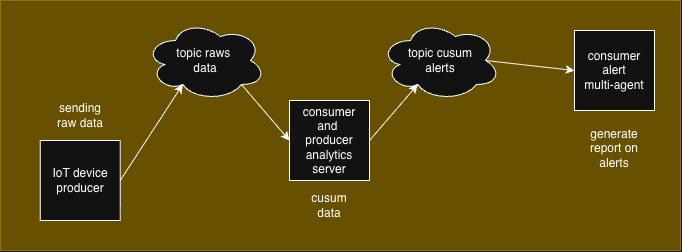
Earlier version of the draw.io export cusum-agent/img/cusum-agent-system.png (giobbu/CUSUM). Source tidied: cells renumbered, new cells last; positions are measured from the earlier drawing's top-left corner, leaving out a move shared by most shapes. Source of this version:
```xml
<mxGraphModel>
  <root>
    <mxCell id="0" />
    <mxCell id="1" parent="0" />
    <mxCell id="2" style="rounded=0;whiteSpace=wrap;html=1;fillColor=#e3c800;fontColor=#000000;strokeColor=#B09500;" parent="1" vertex="1">
      <mxGeometry width="680" height="250" as="geometry" />
    </mxCell>
    <mxCell id="3" value="IoT device&lt;div&gt;producer&lt;/div&gt;" style="whiteSpace=wrap;html=1;" parent="1" vertex="1">
      <mxGeometry x="39.8" y="140" width="80" height="80" as="geometry" />
    </mxCell>
    <mxCell id="4" value="consumer&lt;div&gt;and&amp;nbsp;&lt;/div&gt;&lt;div&gt;producer&lt;/div&gt;&lt;div&gt;analytics&lt;/div&gt;&lt;div&gt;server&lt;/div&gt;" style="whiteSpace=wrap;html=1;" parent="1" vertex="1">
      <mxGeometry x="289" y="100" width="80" height="80" as="geometry" />
    </mxCell>
    <mxCell id="5" value="consumer&lt;div&gt;alert&lt;br&gt;&lt;/div&gt;&lt;div&gt;multi-agent&lt;/div&gt;" style="whiteSpace=wrap;html=1;" parent="1" vertex="1">
      <mxGeometry x="574" y="30" width="80" height="80" as="geometry" />
    </mxCell>
    <mxCell id="6" value="sending raw data" style="text;html=1;whiteSpace=wrap;strokeColor=none;fillColor=none;align=center;verticalAlign=middle;rounded=0;" parent="1" vertex="1">
      <mxGeometry x="49.8" y="100" width="60" height="30" as="geometry" />
    </mxCell>
    <mxCell id="7" value="cusum data" style="text;html=1;whiteSpace=wrap;strokeColor=none;fillColor=none;align=center;verticalAlign=middle;rounded=0;" parent="1" vertex="1">
      <mxGeometry x="299" y="190" width="60" height="30" as="geometry" />
    </mxCell>
    <mxCell id="8" value="generate report on alerts&lt;div&gt;&lt;br&gt;&lt;/div&gt;" style="text;html=1;whiteSpace=wrap;strokeColor=none;fillColor=none;align=center;verticalAlign=middle;rounded=0;" parent="1" vertex="1">
      <mxGeometry x="584" y="140" width="60" height="30" as="geometry" />
    </mxCell>
    <mxCell id="9" style="endArrow=classic;html=1;rounded=0;exitX=1;exitY=0.5;exitDx=0;exitDy=0;entryX=0.31;entryY=0.8;entryDx=0;entryDy=0;entryPerimeter=0;" parent="1" edge="1" source="3" target="11">
      <mxGeometry relative="1" as="geometry" />
    </mxCell>
    <mxCell id="10" style="endArrow=classic;html=1;rounded=0;exitX=1;exitY=0.5;exitDx=0;exitDy=0;entryX=0.31;entryY=0.8;entryDx=0;entryDy=0;entryPerimeter=0;" parent="1" edge="1" source="4" target="13">
      <mxGeometry relative="1" as="geometry" />
    </mxCell>
    <mxCell id="11" value="topic raws&amp;nbsp;&lt;div&gt;data&lt;/div&gt;" style="ellipse;shape=cloud;whiteSpace=wrap;html=1;" parent="1" vertex="1">
      <mxGeometry x="145" y="20" width="120" height="80" as="geometry" />
    </mxCell>
    <mxCell id="12" style="endArrow=classic;html=1;rounded=0;exitX=0.8;exitY=0.8;exitDx=0;exitDy=0;exitPerimeter=0;entryX=0;entryY=0.5;entryDx=0;entryDy=0;" parent="1" edge="1" source="11" target="4">
      <mxGeometry relative="1" as="geometry" />
    </mxCell>
    <mxCell id="13" value="topic cusum&lt;div&gt;alerts&lt;/div&gt;" style="ellipse;shape=cloud;whiteSpace=wrap;html=1;" parent="1" vertex="1">
      <mxGeometry x="380" y="20" width="120" height="80" as="geometry" />
    </mxCell>
    <mxCell id="14" style="endArrow=classic;html=1;rounded=0;exitX=0.875;exitY=0.5;exitDx=0;exitDy=0;exitPerimeter=0;entryX=0;entryY=0.5;entryDx=0;entryDy=0;" parent="1" edge="1" source="13" target="5">
      <mxGeometry relative="1" as="geometry" />
    </mxCell>
  </root>
</mxGraphModel>
```
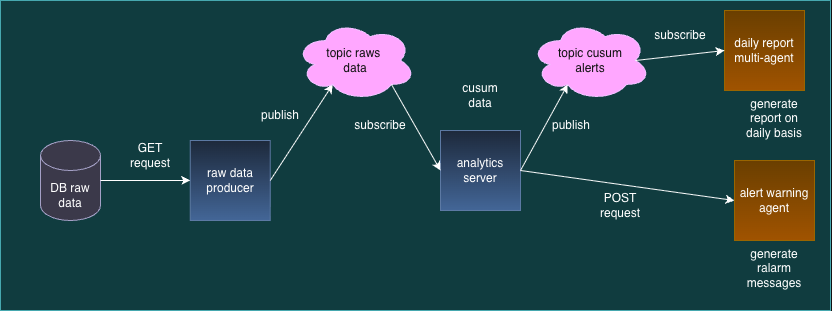
After the change.

Diff of the diagram source:
```diff
@@ -2,44 +2,77 @@
   <root>
     <mxCell id="0" />
     <mxCell id="1" parent="0" />
-    <mxCell id="2" style="rounded=0;whiteSpace=wrap;html=1;fillColor=#e3c800;fontColor=#000000;strokeColor=#B09500;" parent="1" vertex="1">
-      <mxGeometry width="680" height="250" as="geometry" />
+    <mxCell id="2" style="rounded=0;whiteSpace=wrap;html=1;fillColor=#b0e3e6;strokeColor=#0e8088;" parent="1" vertex="1">
+      <mxGeometry x="-150" width="830" height="310" as="geometry" />
     </mxCell>
-    <mxCell id="3" value="IoT device&lt;div&gt;producer&lt;/div&gt;" style="whiteSpace=wrap;html=1;" parent="1" vertex="1">
+    <mxCell id="3" value="&lt;div&gt;raw data&lt;/div&gt;&lt;div&gt;producer&lt;/div&gt;" style="whiteSpace=wrap;html=1;fillColor=#dae8fc;gradientColor=#7ea6e0;strokeColor=#6c8ebf;" parent="1" vertex="1">
       <mxGeometry x="39.8" y="140" width="80" height="80" as="geometry" />
     </mxCell>
-    <mxCell id="4" value="consumer&lt;div&gt;and&amp;nbsp;&lt;/div&gt;&lt;div&gt;producer&lt;/div&gt;&lt;div&gt;analytics&lt;/div&gt;&lt;div&gt;server&lt;/div&gt;" style="whiteSpace=wrap;html=1;" parent="1" vertex="1">
-      <mxGeometry x="289" y="100" width="80" height="80" as="geometry" />
+    <mxCell id="4" value="&lt;div&gt;analytics&lt;/div&gt;&lt;div&gt;server&lt;/div&gt;" style="whiteSpace=wrap;html=1;fillColor=#dae8fc;gradientColor=#7ea6e0;strokeColor=#6c8ebf;" parent="1" vertex="1">
+      <mxGeometry x="290" y="130" width="80" height="80" as="geometry" />
     </mxCell>
-    <mxCell id="5" value="consumer&lt;div&gt;alert&lt;br&gt;&lt;/div&gt;&lt;div&gt;multi-agent&lt;/div&gt;" style="whiteSpace=wrap;html=1;" parent="1" vertex="1">
-      <mxGeometry x="574" y="30" width="80" height="80" as="geometry" />
+    <mxCell id="5" value="&lt;div&gt;daily report&lt;/div&gt;&lt;div&gt;multi-agent&lt;/div&gt;" style="whiteSpace=wrap;html=1;fillColor=#ffcd28;strokeColor=#d79b00;gradientColor=#ffa500;" parent="1" vertex="1">
+      <mxGeometry x="574" y="10" width="80" height="80" as="geometry" />
     </mxCell>
-    <mxCell id="6" value="sending raw data" style="text;html=1;whiteSpace=wrap;strokeColor=none;fillColor=none;align=center;verticalAlign=middle;rounded=0;" parent="1" vertex="1">
-      <mxGeometry x="49.8" y="100" width="60" height="30" as="geometry" />
+    <mxCell id="6" value="cusum data" style="text;html=1;whiteSpace=wrap;strokeColor=none;fillColor=none;align=center;verticalAlign=middle;rounded=0;" parent="1" vertex="1">
+      <mxGeometry x="300" y="80" width="60" height="30" as="geometry" />
     </mxCell>
-    <mxCell id="7" value="cusum data" style="text;html=1;whiteSpace=wrap;strokeColor=none;fillColor=none;align=center;verticalAlign=middle;rounded=0;" parent="1" vertex="1">
-      <mxGeometry x="299" y="190" width="60" height="30" as="geometry" />
+    <mxCell id="7" value="generate report on daily basis&lt;div&gt;&lt;br&gt;&lt;/div&gt;" style="text;html=1;whiteSpace=wrap;strokeColor=none;fillColor=none;align=center;verticalAlign=middle;rounded=0;" parent="1" vertex="1">
+      <mxGeometry x="594" y="110" width="60" height="30" as="geometry" />
     </mxCell>
-    <mxCell id="8" value="generate report on alerts&lt;div&gt;&lt;br&gt;&lt;/div&gt;" style="text;html=1;whiteSpace=wrap;strokeColor=none;fillColor=none;align=center;verticalAlign=middle;rounded=0;" parent="1" vertex="1">
-      <mxGeometry x="584" y="140" width="60" height="30" as="geometry" />
+    <mxCell id="8" style="endArrow=classic;html=1;rounded=0;exitX=1;exitY=0.5;exitDx=0;exitDy=0;entryX=0.31;entryY=0.8;entryDx=0;entryDy=0;entryPerimeter=0;" parent="1" edge="1" source="3" target="10">
+      <mxGeometry relative="1" as="geometry" />
     </mxCell>
-    <mxCell id="9" style="endArrow=classic;html=1;rounded=0;exitX=1;exitY=0.5;exitDx=0;exitDy=0;entryX=0.31;entryY=0.8;entryDx=0;entryDy=0;entryPerimeter=0;" parent="1" edge="1" source="3" target="11">
+    <mxCell id="9" style="endArrow=classic;html=1;rounded=0;exitX=1;exitY=0.5;exitDx=0;exitDy=0;entryX=0.31;entryY=0.8;entryDx=0;entryDy=0;entryPerimeter=0;" parent="1" edge="1" source="4" target="12">
       <mxGeometry relative="1" as="geometry" />
     </mxCell>
-    <mxCell id="10" style="endArrow=classic;html=1;rounded=0;exitX=1;exitY=0.5;exitDx=0;exitDy=0;entryX=0.31;entryY=0.8;entryDx=0;entryDy=0;entryPerimeter=0;" parent="1" edge="1" source="4" target="13">
-      <mxGeometry relative="1" as="geometry" />
+    <mxCell id="10" value="topic raws&amp;nbsp;&lt;div&gt;data&lt;/div&gt;" style="ellipse;shape=cloud;whiteSpace=wrap;html=1;fillColor=#6a00ff;fontColor=#ffffff;strokeColor=#3700CC;" parent="1" vertex="1">
+      <mxGeometry x="145" y="20" width="120" height="80" as="geometry" />
     </mxCell>
-    <mxCell id="11" value="topic raws&amp;nbsp;&lt;div&gt;data&lt;/div&gt;" style="ellipse;shape=cloud;whiteSpace=wrap;html=1;" parent="1" vertex="1">
-      <mxGeometry x="145" y="20" width="120" height="80" as="geometry" />
+    <mxCell id="11" style="endArrow=classic;html=1;rounded=0;exitX=0.8;exitY=0.8;exitDx=0;exitDy=0;exitPerimeter=0;entryX=0;entryY=0.5;entryDx=0;entryDy=0;" parent="1" edge="1" source="10" target="4">
+      <mxGeometry relative="1" as="geometry" />
     </mxCell>
-    <mxCell id="12" style="endArrow=classic;html=1;rounded=0;exitX=0.8;exitY=0.8;exitDx=0;exitDy=0;exitPerimeter=0;entryX=0;entryY=0.5;entryDx=0;entryDy=0;" parent="1" edge="1" source="11" target="4">
-      <mxGeometry relative="1" as="geometry" />
+    <mxCell id="12" value="topic cusum&lt;div&gt;alerts&lt;/div&gt;" style="ellipse;shape=cloud;whiteSpace=wrap;html=1;fillColor=#6a00ff;fontColor=#ffffff;strokeColor=#3700CC;" parent="1" vertex="1">
+      <mxGeometry x="380" y="20" width="120" height="80" as="geometry" />
     </mxCell>
-    <mxCell id="13" value="topic cusum&lt;div&gt;alerts&lt;/div&gt;" style="ellipse;shape=cloud;whiteSpace=wrap;html=1;" parent="1" vertex="1">
-      <mxGeometry x="380" y="20" width="120" height="80" as="geometry" />
+    <mxCell id="13" style="endArrow=classic;html=1;rounded=0;exitX=0.875;exitY=0.5;exitDx=0;exitDy=0;exitPerimeter=0;entryX=0;entryY=0.5;entryDx=0;entryDy=0;" parent="1" edge="1" source="12" target="5">
+      <mxGeometry relative="1" as="geometry" />
     </mxCell>
-    <mxCell id="14" style="endArrow=classic;html=1;rounded=0;exitX=0.875;exitY=0.5;exitDx=0;exitDy=0;exitPerimeter=0;entryX=0;entryY=0.5;entryDx=0;entryDy=0;" parent="1" edge="1" source="13" target="5">
-      <mxGeometry relative="1" as="geometry" />
+    <mxCell id="14" style="shape=cylinder3;whiteSpace=wrap;html=1;boundedLbl=1;backgroundOutline=1;size=15;fillColor=#d0cee2;strokeColor=#56517e;" parent="1" vertex="1">
+      <mxGeometry x="-110" y="140" width="60" height="80" as="geometry" />
     </mxCell>
+    <mxCell id="15" style="endArrow=classic;html=1;rounded=0;entryX=0;entryY=0.5;entryDx=0;entryDy=0;exitX=1;exitY=0.5;exitDx=0;exitDy=0;exitPerimeter=0;" parent="1" edge="1" source="14" target="3">
+      <mxGeometry relative="1" as="geometry" />
+    </mxCell>
+    <mxCell id="16" style="endArrow=classic;html=1;rounded=0;exitX=1;exitY=0.5;exitDx=0;exitDy=0;entryX=0;entryY=0.5;entryDx=0;entryDy=0;" parent="1" edge="1" source="4" target="17">
+      <mxGeometry relative="1" as="geometry" />
+    </mxCell>
+    <mxCell id="17" value="&lt;div&gt;alert warning&lt;/div&gt;&lt;div&gt;agent&lt;/div&gt;" style="whiteSpace=wrap;html=1;fillColor=#ffcd28;gradientColor=#ffa500;strokeColor=#d79b00;" parent="1" vertex="1">
+      <mxGeometry x="584" y="160" width="80" height="80" as="geometry" />
+    </mxCell>
+    <mxCell id="18" value="POST&lt;div&gt;request&lt;/div&gt;" style="text;html=1;whiteSpace=wrap;strokeColor=none;fillColor=none;align=center;verticalAlign=middle;rounded=0;" parent="1" vertex="1">
+      <mxGeometry x="440" y="190" width="60" height="30" as="geometry" />
+    </mxCell>
+    <mxCell id="19" value="GET&lt;div&gt;request&lt;/div&gt;" style="text;html=1;whiteSpace=wrap;strokeColor=none;fillColor=none;align=center;verticalAlign=middle;rounded=0;" parent="1" vertex="1">
+      <mxGeometry x="-30" y="140" width="60" height="30" as="geometry" />
+    </mxCell>
+    <mxCell id="20" value="generate ralarm messages&lt;div&gt;&lt;br&gt;&lt;/div&gt;" style="text;html=1;whiteSpace=wrap;strokeColor=none;fillColor=none;align=center;verticalAlign=middle;rounded=0;" parent="1" vertex="1">
+      <mxGeometry x="594" y="260" width="60" height="30" as="geometry" />
+    </mxCell>
+    <mxCell id="21" value="DB raw data" style="text;html=1;whiteSpace=wrap;strokeColor=none;fillColor=none;align=center;verticalAlign=middle;rounded=0;" parent="1" vertex="1">
+      <mxGeometry x="-110" y="180" width="60" height="30" as="geometry" />
+    </mxCell>
+    <mxCell id="22" value="publish" style="text;html=1;whiteSpace=wrap;strokeColor=none;fillColor=none;align=center;verticalAlign=middle;rounded=0;" parent="1" vertex="1">
+      <mxGeometry x="100" y="100" width="60" height="30" as="geometry" />
+    </mxCell>
+    <mxCell id="23" value="publish" style="text;html=1;whiteSpace=wrap;strokeColor=none;fillColor=none;align=center;verticalAlign=middle;rounded=0;" parent="1" vertex="1">
+      <mxGeometry x="391" y="110" width="60" height="30" as="geometry" />
+    </mxCell>
+    <mxCell id="24" value="subscribe" style="text;html=1;whiteSpace=wrap;strokeColor=none;fillColor=none;align=center;verticalAlign=middle;rounded=0;" parent="1" vertex="1">
+      <mxGeometry x="200" y="110" width="60" height="30" as="geometry" />
+    </mxCell>
+    <mxCell id="25" value="subscribe" style="text;html=1;whiteSpace=wrap;strokeColor=none;fillColor=none;align=center;verticalAlign=middle;rounded=0;" parent="1" vertex="1">
+      <mxGeometry x="500" y="20" width="60" height="30" as="geometry" />
+    </mxCell>
   </root>
 </mxGraphModel>
```
